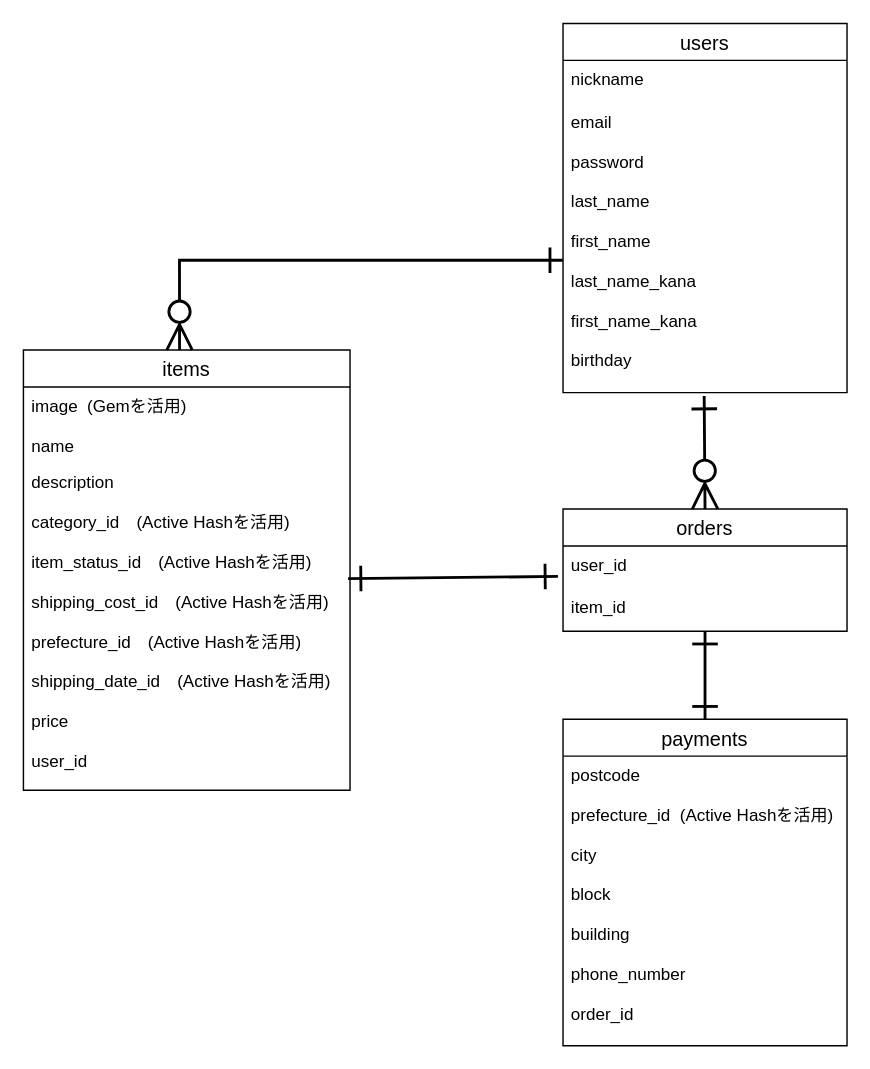
This is furima.dio from seiya0514/furima-38293, a draw.io file, before an edit. Source tidied: cells renumbered, new cells numbered last; positions are measured from the earlier drawing's top-left corner, leaving out a move shared by most shapes. Both pictures are drawn from the tidied source at 142%, with x=0, y=0 at pixel (23, 23).
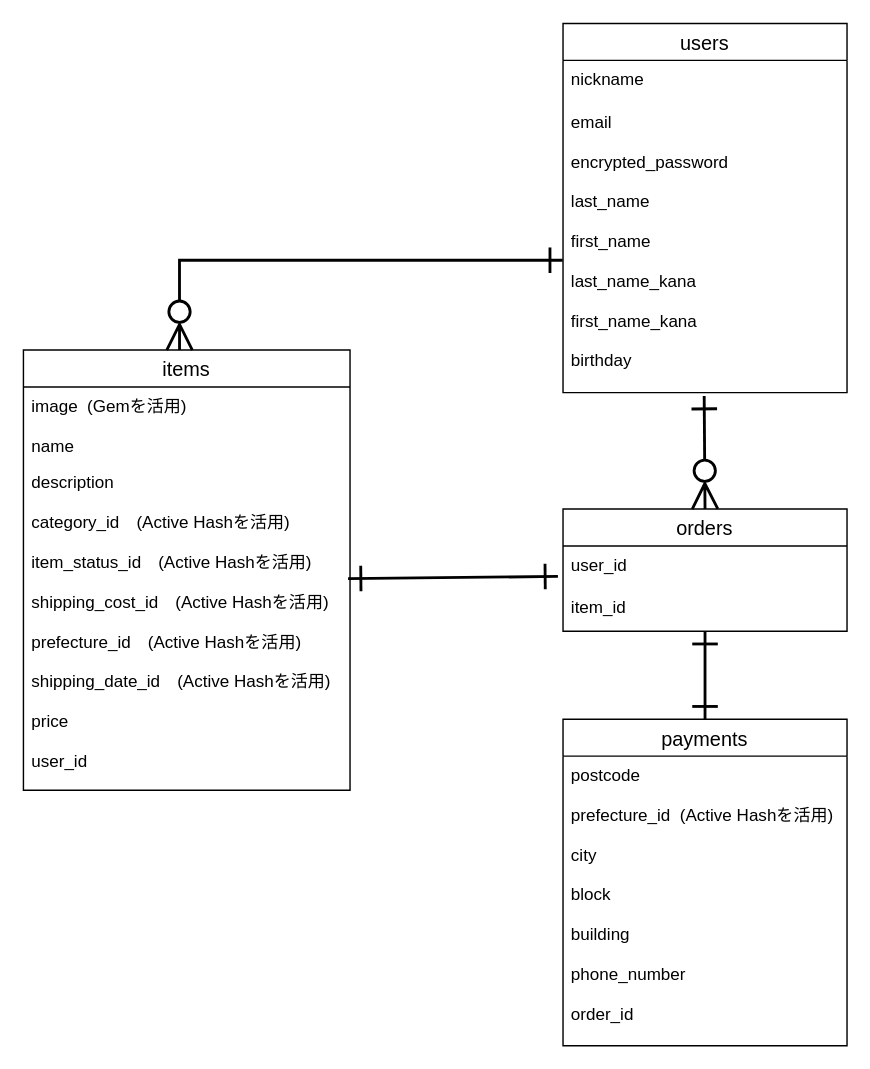
The same diagram, later.

What changed in the source:
```diff
@@
 <mxGraphModel>
   <root>
     <mxCell id="0" />
     <mxCell id="1" parent="0" />
     <mxCell id="2" value="users" style="swimlane;fontStyle=0;horizontal=1;startSize=26;align=center;fontSize=14;" parent="1" vertex="1">
       <mxGeometry x="380" width="200" height="260" as="geometry" />
     </mxCell>
     <mxCell id="3" value="nickname" style="text;strokeColor=none;fillColor=none;spacingLeft=4;spacingRight=4;overflow=hidden;fontSize=12;" parent="2" vertex="1">
       <mxGeometry y="26" width="200" height="30" as="geometry" />
     </mxCell>
-    <mxCell id="4" value="email&#10;&#10;password&#10;&#10;last_name&#10;&#10;first_name&#10;&#10;last_name_kana&#10;&#10;first_name_kana&#10;&#10;birthday" style="text;strokeColor=none;fillColor=none;spacingLeft=4;spacingRight=4;overflow=hidden;points=[[0,0.5],[1,0.5]];portConstraint=eastwest;fontSize=12;" parent="2" vertex="1">
+    <mxCell id="4" value="email&#10;&#10;encrypted_password&#10;&#10;last_name&#10;&#10;first_name&#10;&#10;last_name_kana&#10;&#10;first_name_kana&#10;&#10;birthday" style="text;strokeColor=none;fillColor=none;spacingLeft=4;spacingRight=4;overflow=hidden;points=[[0,0.5],[1,0.5]];portConstraint=eastwest;fontSize=12;" parent="2" vertex="1">
       <mxGeometry y="56" width="200" height="204" as="geometry" />
     </mxCell>
     <mxCell id="5" value="items" style="swimlane;fontStyle=0;horizontal=1;startSize=26;align=center;fontSize=14;" parent="1" vertex="1">
       <mxGeometry y="230" width="230" height="310" as="geometry" />
     </mxCell>
     <mxCell id="6" value="image  (Gemを活用)&#10;&#10;name" style="text;strokeColor=none;fillColor=none;spacingLeft=4;spacingRight=4;overflow=hidden;fontSize=12;" parent="5" vertex="1">
       <mxGeometry y="26" width="230" height="54" as="geometry" />
     </mxCell>
     <mxCell id="7" value="description &#10;&#10;category_id　(Active Hashを活用)&#10;&#10;item_status_id　(Active Hashを活用)&#10;&#10;shipping_cost_id　(Active Hashを活用)&#10;&#10;prefecture_id　(Active Hashを活用)&#10;&#10;shipping_date_id　(Active Hashを活用)&#10;&#10;price&#10;&#10;user_id" style="text;strokeColor=none;fillColor=none;spacingLeft=4;spacingRight=4;overflow=hidden;points=[[0,0.5],[1,0.5]];portConstraint=eastwest;fontSize=12;" parent="5" vertex="1">
       <mxGeometry y="80" width="230" height="230" as="geometry" />
     </mxCell>
     <mxCell id="8" style="endArrow=ERzeroToMany;html=1;rounded=0;endSize=15;targetPerimeterSpacing=0;strokeWidth=2;entryX=0.478;entryY=0;entryDx=0;entryDy=0;entryPerimeter=0;endFill=0;startArrow=ERone;startFill=0;edgeStyle=orthogonalEdgeStyle;exitX=-0.001;exitY=0.543;exitDx=0;exitDy=0;exitPerimeter=0;startSize=15;" parent="1" edge="1" source="4" target="5">
       <mxGeometry relative="1" as="geometry" />
     </mxCell>
     <mxCell id="9" value="orders" style="swimlane;fontStyle=0;horizontal=1;startSize=26;align=center;fontSize=14;" parent="1" vertex="1">
       <mxGeometry x="380" y="342" width="200" height="86" as="geometry" />
     </mxCell>
     <mxCell id="10" value="user_id" style="text;strokeColor=none;fillColor=none;spacingLeft=4;spacingRight=4;overflow=hidden;points=[[0,0.5],[1,0.5]];portConstraint=eastwest;fontSize=12;" parent="9" vertex="1">
       <mxGeometry y="26" width="200" height="30" as="geometry" />
     </mxCell>
     <mxCell id="11" value="item_id" style="text;strokeColor=none;fillColor=none;spacingLeft=4;spacingRight=4;overflow=hidden;fontSize=12;" parent="9" vertex="1">
       <mxGeometry y="56" width="200" height="30" as="geometry" />
     </mxCell>
     <mxCell id="12" value="payments" style="swimlane;fontStyle=0;horizontal=1;startSize=26;align=center;fontSize=14;" parent="1" vertex="1">
       <mxGeometry x="380" y="490" width="200" height="230" as="geometry" />
     </mxCell>
     <mxCell id="13" value="postcode&#10;&#10;prefecture_id  (Active Hashを活用)&#10;&#10;city&#10;&#10;block&#10;&#10;building&#10;&#10;phone_number&#10;&#10;order_id" style="text;strokeColor=none;fillColor=none;spacingLeft=4;spacingRight=4;overflow=hidden;fontSize=12;" parent="12" vertex="1">
       <mxGeometry y="26" width="200" height="204" as="geometry" />
     </mxCell>
     <mxCell id="14" style="endArrow=ERone;html=1;rounded=0;endSize=15;targetPerimeterSpacing=0;strokeWidth=2;startArrow=ERone;startFill=0;endFill=0;exitX=0.5;exitY=0;exitDx=0;exitDy=0;entryX=0.5;entryY=1;entryDx=0;entryDy=0;startSize=15;" parent="1" edge="1" source="12" target="9">
       <mxGeometry relative="1" as="geometry" />
     </mxCell>
     <mxCell id="15" style="endArrow=ERone;html=1;rounded=0;endSize=15;targetPerimeterSpacing=0;strokeWidth=2;entryX=0.497;entryY=1.012;entryDx=0;entryDy=0;entryPerimeter=0;exitX=0.5;exitY=0;exitDx=0;exitDy=0;startArrow=ERzeroToMany;startFill=0;endFill=0;startSize=15;" parent="1" edge="1" source="9" target="4">
       <mxGeometry relative="1" as="geometry" />
     </mxCell>
     <mxCell id="16" style="endArrow=ERone;html=1;rounded=0;endSize=15;targetPerimeterSpacing=0;strokeWidth=2;entryX=-0.018;entryY=0.715;entryDx=0;entryDy=0;startArrow=ERone;startFill=0;endFill=0;exitX=0.994;exitY=0.352;exitDx=0;exitDy=0;exitPerimeter=0;startSize=15;entryPerimeter=0;" parent="1" edge="1" source="7" target="10">
       <mxGeometry relative="1" as="geometry" />
     </mxCell>
   </root>
 </mxGraphModel>
```
